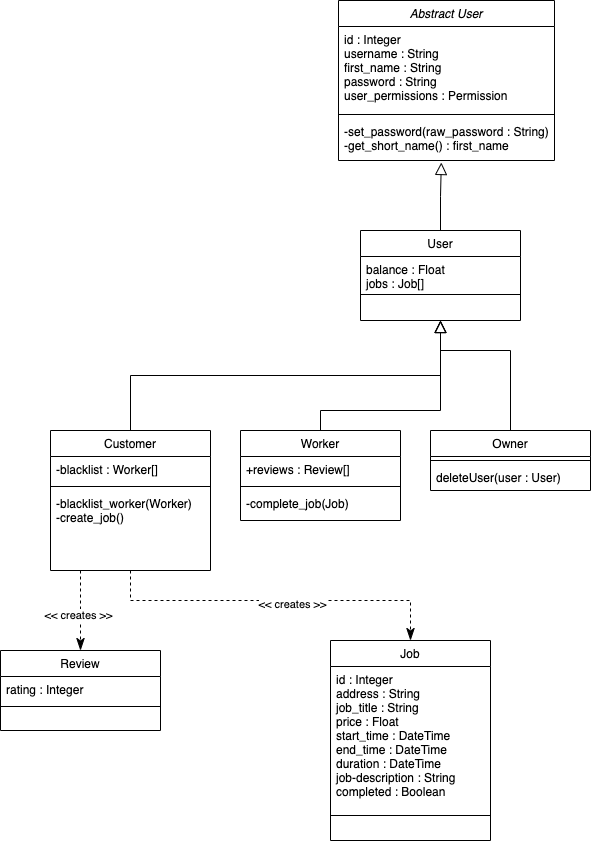
Before: docs/uml/uml-class-diagram.png, a diagram exported from draw.io (504knight/7-little-ducklings). Source tidied: cells renumbered, new cells last; positions are measured from the earlier drawing's top-left corner, leaving out a move shared by most shapes.
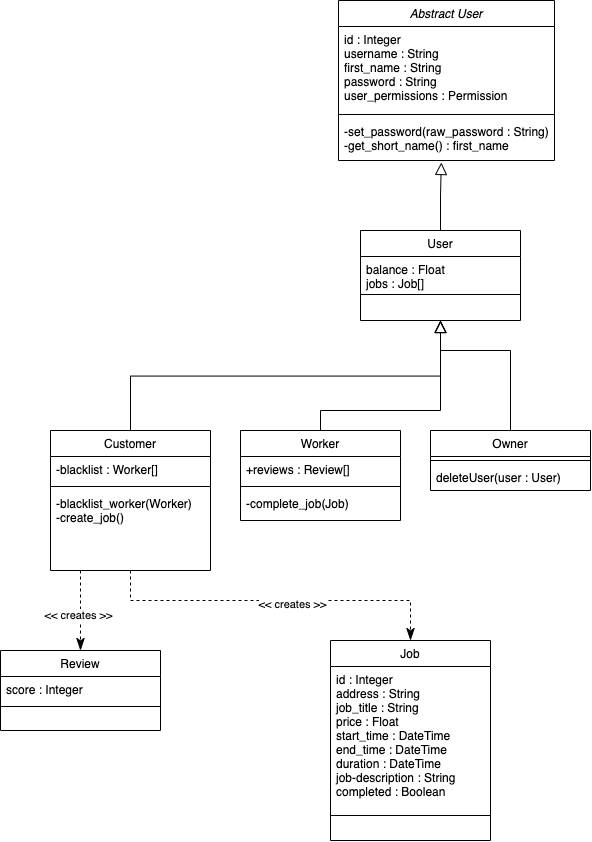
The same file after the commit.

What changed in the source:
```diff
@@ -36,7 +36,7 @@
     <mxCell id="11" value="Review" style="swimlane;fontStyle=0;align=center;verticalAlign=top;horizontal=1;startSize=26;rounded=0;shadow=0;strokeWidth=1;" parent="1" vertex="1">
       <mxGeometry y="650" width="160" height="80" as="geometry" />
     </mxCell>
-    <mxCell id="12" value="rating : Integer" style="text;align=left;verticalAlign=top;spacingLeft=4;spacingRight=4;overflow=hidden;" parent="11" vertex="1">
+    <mxCell id="12" value="score : Integer" style="text;align=left;verticalAlign=top;spacingLeft=4;spacingRight=4;overflow=hidden;" parent="11" vertex="1">
       <mxGeometry y="26" width="160" height="26" as="geometry" />
     </mxCell>
     <mxCell id="13" style="line;html=1;strokeWidth=1;align=left;verticalAlign=middle;spacingTop=-1;spacingLeft=3;spacingRight=3;labelPosition=right;" parent="11" vertex="1">
```
